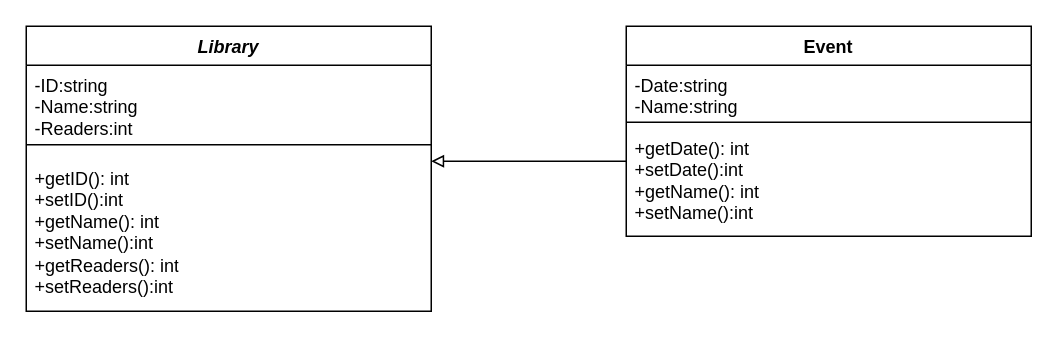
The draw.io diagram classes/zard1.drawio in Izehr/practice, before the edit. Source tidied: cells renumbered, new cells numbered last; positions are measured from the earlier drawing's top-left corner, leaving out a move shared by most shapes. Both pictures are drawn from the tidied source at 150%, with x=0, y=0 at pixel (26, 26).
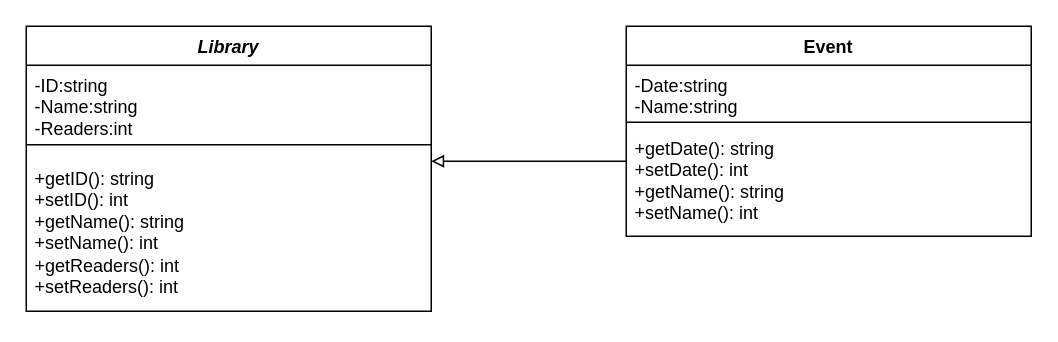
After the change.

Commit message:
Исправление типов классов

Change to the diagram source:
```diff
@@
 <mxGraphModel>
   <root>
     <mxCell id="0" />
     <mxCell id="1" parent="0" />
     <mxCell id="2" value="&lt;i&gt;Library&lt;/i&gt;" style="swimlane;fontStyle=1;align=center;verticalAlign=top;horizontal=1;startSize=26;whiteSpace=wrap;html=1;" parent="1" vertex="1">
       <mxGeometry width="270" height="190" as="geometry" />
     </mxCell>
     <mxCell id="3" value="-ID:string&lt;br&gt;-Name:string&lt;br&gt;-Readers:int" style="text;strokeColor=none;fillColor=none;align=left;verticalAlign=top;spacingLeft=4;spacingRight=4;overflow=hidden;whiteSpace=wrap;html=1;" parent="2" vertex="1">
       <mxGeometry y="26" width="270" height="44" as="geometry" />
     </mxCell>
     <mxCell id="4" style="line;strokeWidth=1;fillColor=none;align=left;verticalAlign=middle;spacingTop=-1;spacingLeft=3;spacingRight=3;labelPosition=right;strokeColor=inherit;" parent="2" vertex="1">
       <mxGeometry y="70" width="270" height="18" as="geometry" />
     </mxCell>
-    <mxCell id="5" value="+getID(): int&lt;br&gt;+setID():int&lt;br&gt;+getName(): int&lt;br style=&quot;border-color: var(--border-color);&quot;&gt;+setName():int&lt;br&gt;+getReaders(): int&lt;br style=&quot;border-color: var(--border-color);&quot;&gt;+setReaders():int" style="text;strokeColor=none;fillColor=none;align=left;verticalAlign=top;spacingLeft=4;spacingRight=4;overflow=hidden;points=[[0,0.5],[1,0.5]];portConstraint=eastwest;whiteSpace=wrap;html=1;" parent="2" vertex="1">
+    <mxCell id="5" value="+getID(): string&lt;br&gt;+setID(): int&lt;br&gt;+getName(): string&lt;br style=&quot;border-color: var(--border-color);&quot;&gt;+setName(): int&lt;br&gt;+getReaders(): int&lt;br style=&quot;border-color: var(--border-color);&quot;&gt;+setReaders(): int" style="text;strokeColor=none;fillColor=none;align=left;verticalAlign=top;spacingLeft=4;spacingRight=4;overflow=hidden;points=[[0,0.5],[1,0.5]];portConstraint=eastwest;whiteSpace=wrap;html=1;" parent="2" vertex="1">
       <mxGeometry y="88" width="270" height="102" as="geometry" />
     </mxCell>
     <mxCell id="6" value="Event" style="swimlane;fontStyle=1;align=center;verticalAlign=top;horizontal=1;startSize=26;whiteSpace=wrap;html=1;" parent="1" vertex="1">
       <mxGeometry x="400" width="270" height="140" as="geometry" />
     </mxCell>
     <mxCell id="7" value="-Date:string&lt;br&gt;-Name:string" style="text;strokeColor=none;fillColor=none;align=left;verticalAlign=top;spacingLeft=4;spacingRight=4;overflow=hidden;whiteSpace=wrap;html=1;" parent="6" vertex="1">
       <mxGeometry y="26" width="270" height="34" as="geometry" />
     </mxCell>
     <mxCell id="8" style="line;strokeWidth=1;fillColor=none;align=left;verticalAlign=middle;spacingTop=-1;spacingLeft=3;spacingRight=3;labelPosition=right;strokeColor=inherit;" parent="6" vertex="1">
       <mxGeometry y="60" width="270" height="8" as="geometry" />
     </mxCell>
-    <mxCell id="9" value="+getDate(): int&lt;br style=&quot;border-color: var(--border-color);&quot;&gt;+setDate():int&lt;br style=&quot;border-color: var(--border-color);&quot;&gt;+getName(): int&lt;br style=&quot;border-color: var(--border-color);&quot;&gt;+setName():int" style="text;strokeColor=none;fillColor=none;align=left;verticalAlign=top;spacingLeft=4;spacingRight=4;overflow=hidden;points=[[0,0.5],[1,0.5]];portConstraint=eastwest;whiteSpace=wrap;html=1;" parent="6" vertex="1">
+    <mxCell id="9" value="+getDate(): string&lt;br style=&quot;border-color: var(--border-color);&quot;&gt;+setDate(): int&lt;br style=&quot;border-color: var(--border-color);&quot;&gt;+getName(): string&lt;br style=&quot;border-color: var(--border-color);&quot;&gt;+setName(): int" style="text;strokeColor=none;fillColor=none;align=left;verticalAlign=top;spacingLeft=4;spacingRight=4;overflow=hidden;points=[[0,0.5],[1,0.5]];portConstraint=eastwest;whiteSpace=wrap;html=1;" parent="6" vertex="1">
       <mxGeometry y="68" width="270" height="72" as="geometry" />
     </mxCell>
     <mxCell id="10" style="html=1;verticalAlign=bottom;endArrow=block;edgeStyle=elbowEdgeStyle;elbow=vertical;curved=0;rounded=0;exitX=0;exitY=0.306;exitDx=0;exitDy=0;exitPerimeter=0;strokeColor=default;endFill=0;" parent="1" edge="1" source="9" target="5">
       <mxGeometry relative="1" as="geometry">
         <Array as="points">
           <mxPoint x="290" y="90" />
         </Array>
       </mxGeometry>
     </mxCell>
   </root>
 </mxGraphModel>
```
